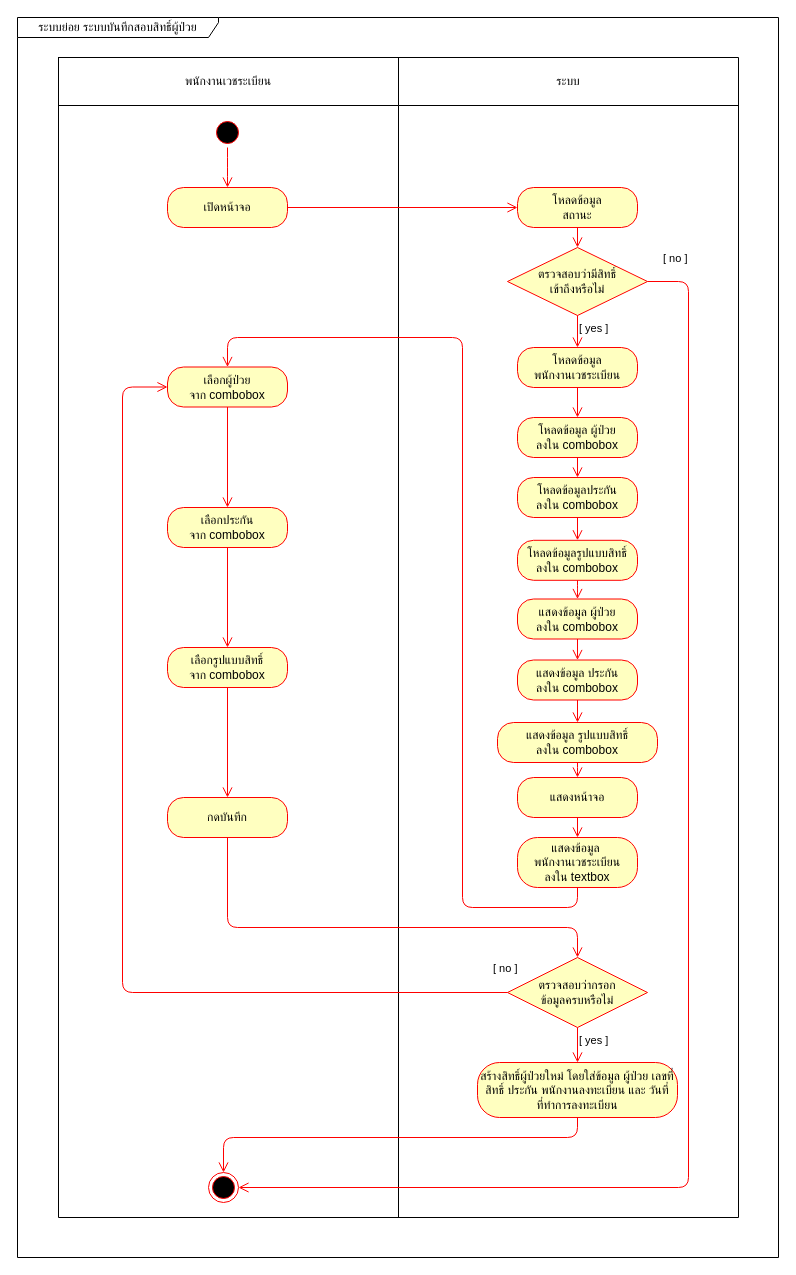
Before: page "System Activity Diagram" (3 of 3) of draw_io/b6103866.drawio in sut63/team10, a draw.io diagram. Source tidied: cells renumbered, new cells numbered last; positions are measured from the earlier drawing's top-left corner, leaving out a move shared by most shapes. Both pictures are drawn from the tidied source at 100%, with x=0, y=0 at pixel (17, 17).
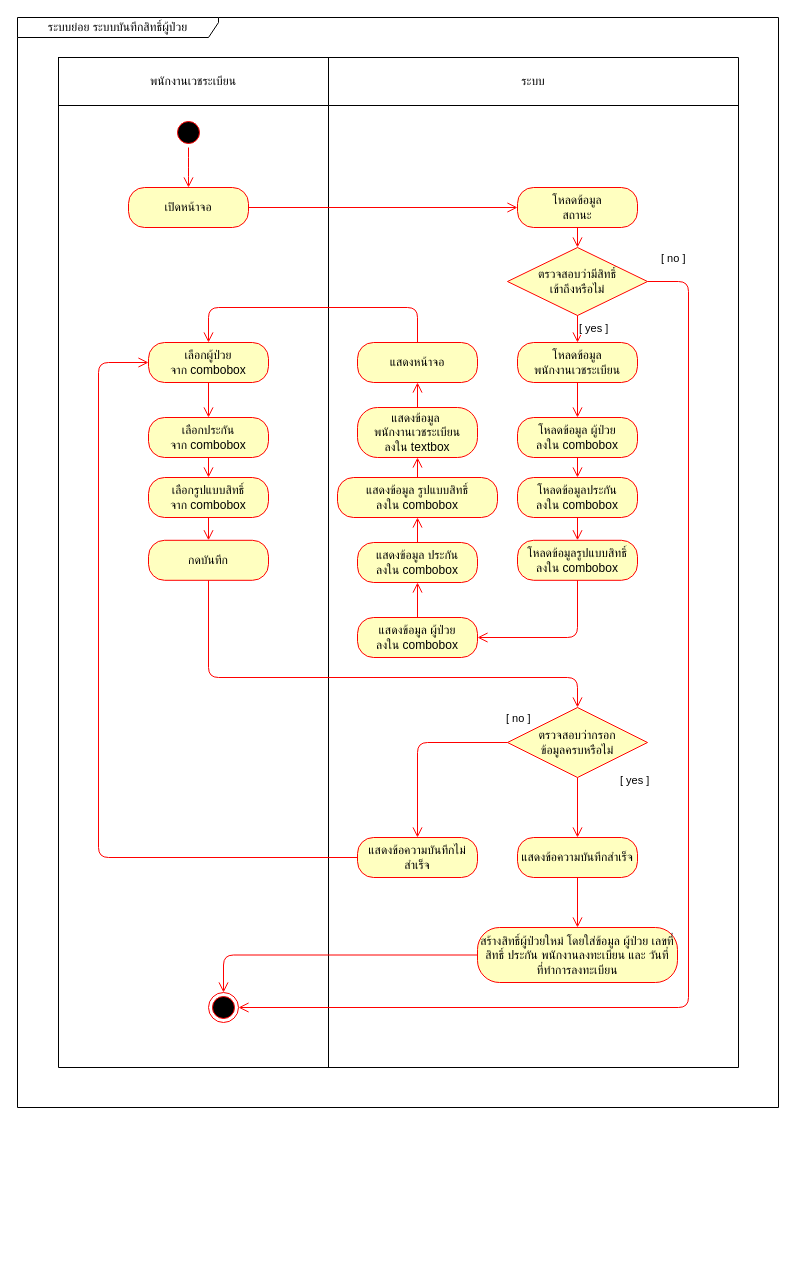
The same diagram, later.

Unchanged cells that the change refers to:
```xml
<mxCell id="4" style="shape=partialRectangle;html=1;whiteSpace=wrap;fillColor=none;top=0;left=0;bottom=0;right=0;" parent="3" vertex="1">
  <mxGeometry width="680" height="48" as="geometry" />
</mxCell>
<mxCell id="30" value="โหลดข้อมูลรูปแบบสิทธิ์&lt;br&gt;ลงใน combobox" style="rounded=1;whiteSpace=wrap;html=1;arcSize=40;fontColor=#000000;fillColor=#ffffc0;strokeColor=#ff0000;" parent="1" vertex="1">
  <mxGeometry x="500" y="522.8" width="120" height="40" as="geometry" />
</mxCell>
<mxCell id="42" value="ตรวจสอบว่ามีสิทธิ์&lt;br&gt;เข้าถึงหรือไม่" style="rhombus;whiteSpace=wrap;html=1;fillColor=#ffffc0;strokeColor=#ff0000;" parent="1" vertex="1">
  <mxGeometry x="490" y="230" width="140" height="68" as="geometry" />
</mxCell>
```

Diff of the diagram source:
```diff
@@
-    <mxCell id="2" value="ระบบย่อย ระบบบันทึกสอบสิทธิ์ผู้ป่วย" style="shape=umlFrame;whiteSpace=wrap;html=1;width=201;height=20;" parent="1" vertex="1">
-      <mxGeometry width="761" height="1240" as="geometry" />
+    <mxCell id="2" value="ระบบย่อย ระบบบันทึกสิทธิ์ผู้ป่วย" style="shape=umlFrame;whiteSpace=wrap;html=1;width=201;height=20;" parent="1" vertex="1">
+      <mxGeometry width="761" height="1090" as="geometry" />
     </mxCell>
     <mxCell id="3" style="shape=table;html=1;whiteSpace=wrap;startSize=0;childLayout=tableLayout;" parent="1" vertex="1">
-      <mxGeometry x="41" y="40" width="680" height="1160" as="geometry" />
+      <mxGeometry x="41" y="40" width="680" height="1010" as="geometry" />
     </mxCell>
@@
     <mxCell id="5" value="&lt;span style=&quot;font-family: &amp;#34;th sarabunpsk&amp;#34; , sans-serif&quot;&gt;พนักงานเวชระเบียน&lt;/span&gt;" style="shape=partialRectangle;html=1;whiteSpace=wrap;overflow=hidden;fillColor=none;top=0;left=0;bottom=0;right=0;" parent="4" vertex="1">
-      <mxGeometry width="340" height="48" as="geometry" />
+      <mxGeometry width="270" height="48" as="geometry" />
     </mxCell>
     <mxCell id="6" value="ระบบ" style="shape=partialRectangle;html=1;whiteSpace=wrap;overflow=hidden;fillColor=none;top=0;left=0;bottom=0;right=0;" parent="4" vertex="1">
-      <mxGeometry x="340" width="340" height="48" as="geometry" />
+      <mxGeometry x="270" width="410" height="48" as="geometry" />
     </mxCell>
     <mxCell id="7" style="shape=partialRectangle;html=1;whiteSpace=wrap;fillColor=none;top=0;left=0;bottom=0;right=0;" parent="3" vertex="1">
-      <mxGeometry y="48" width="680" height="1112" as="geometry" />
+      <mxGeometry y="48" width="680" height="962" as="geometry" />
     </mxCell>
     <mxCell id="8" style="shape=partialRectangle;html=1;whiteSpace=wrap;overflow=hidden;fillColor=none;top=0;left=0;bottom=0;right=0;" parent="7" vertex="1">
-      <mxGeometry width="340" height="1112" as="geometry" />
+      <mxGeometry width="270" height="962" as="geometry" />
     </mxCell>
     <mxCell id="9" style="shape=partialRectangle;html=1;whiteSpace=wrap;overflow=hidden;fillColor=none;top=0;left=0;bottom=0;right=0;" parent="7" vertex="1">
-      <mxGeometry x="340" width="340" height="1112" as="geometry" />
+      <mxGeometry x="270" width="410" height="962" as="geometry" />
     </mxCell>
     <mxCell id="10" value="เปิดหน้าจอ" style="rounded=1;whiteSpace=wrap;html=1;arcSize=40;fontColor=#000000;fillColor=#ffffc0;strokeColor=#ff0000;" parent="1" vertex="1">
-      <mxGeometry x="150" y="170" width="120" height="40" as="geometry" />
+      <mxGeometry x="111" y="170" width="120" height="40" as="geometry" />
     </mxCell>
@@
     <mxCell id="16" value="แสดงหน้าจอ" style="rounded=1;whiteSpace=wrap;html=1;arcSize=40;fontColor=#000000;fillColor=#ffffc0;strokeColor=#ff0000;" parent="1" vertex="1">
-      <mxGeometry x="500" y="760" width="120" height="40" as="geometry" />
+      <mxGeometry x="340" y="325" width="120" height="40" as="geometry" />
     </mxCell>
     <mxCell id="17" style="ellipse;html=1;shape=endState;fillColor=#000000;strokeColor=#ff0000;" parent="1" vertex="1">
-      <mxGeometry x="191" y="1155" width="30" height="30" as="geometry" />
+      <mxGeometry x="191" y="975" width="30" height="30" as="geometry" />
     </mxCell>
     <mxCell id="18" style="ellipse;html=1;shape=startState;fillColor=#000000;strokeColor=#ff0000;" parent="1" vertex="1">
-      <mxGeometry x="195" y="100" width="30" height="30" as="geometry" />
+      <mxGeometry x="156" y="100" width="30" height="30" as="geometry" />
     </mxCell>
     <mxCell id="19" style="edgeStyle=orthogonalEdgeStyle;html=1;verticalAlign=bottom;endArrow=open;endSize=8;strokeColor=#ff0000;" parent="1" edge="1" source="18">
       <mxGeometry relative="1" as="geometry">
-        <mxPoint x="210" y="170" as="targetPoint" />
+        <mxPoint x="171" y="170" as="targetPoint" />
       </mxGeometry>
     </mxCell>
     <mxCell id="20" value="กดบันทึก" style="rounded=1;whiteSpace=wrap;html=1;arcSize=40;fontColor=#000000;fillColor=#ffffc0;strokeColor=#ff0000;" parent="1" vertex="1">
-      <mxGeometry x="150" y="780" width="120" height="40" as="geometry" />
+      <mxGeometry x="131" y="522.8" width="120" height="40" as="geometry" />
     </mxCell>
@@
     <mxCell id="22" value="เลือกผู้ป่วย&lt;br&gt;จาก combobox" style="rounded=1;whiteSpace=wrap;html=1;arcSize=40;fontColor=#000000;fillColor=#ffffc0;strokeColor=#ff0000;" parent="1" vertex="1">
-      <mxGeometry x="150" y="349.5" width="120" height="40" as="geometry" />
+      <mxGeometry x="131" y="325" width="120" height="40" as="geometry" />
     </mxCell>
@@
     <mxCell id="24" value="เลือกรูปแบบสิทธิ์&lt;br&gt;จาก combobox" style="rounded=1;whiteSpace=wrap;html=1;arcSize=40;fontColor=#000000;fillColor=#ffffc0;strokeColor=#ff0000;" parent="1" vertex="1">
-      <mxGeometry x="150" y="630" width="120" height="40" as="geometry" />
+      <mxGeometry x="131" y="460" width="120" height="40" as="geometry" />
     </mxCell>
@@
     <mxCell id="26" value="&lt;span&gt;เลือกประกัน&lt;/span&gt;&lt;br&gt;&lt;span&gt;จาก combobox&lt;/span&gt;" style="rounded=1;whiteSpace=wrap;html=1;arcSize=40;fontColor=#000000;fillColor=#ffffc0;strokeColor=#ff0000;" parent="1" vertex="1">
-      <mxGeometry x="150" y="490" width="120" height="40" as="geometry" />
+      <mxGeometry x="131" y="400" width="120" height="40" as="geometry" />
     </mxCell>
     <mxCell id="27" style="edgeStyle=orthogonalEdgeStyle;html=1;verticalAlign=bottom;endArrow=open;endSize=8;strokeColor=#ff0000;entryX=0.5;entryY=0;entryDx=0;entryDy=0;exitX=0.5;exitY=1;exitDx=0;exitDy=0;" parent="1" edge="1" source="20" target="39">
       <mxGeometry relative="1" as="geometry">
         <Array as="points">
-          <mxPoint x="210" y="910" />
-          <mxPoint x="560" y="910" />
+          <mxPoint x="191" y="660" />
+          <mxPoint x="560" y="660" />
         </Array>
       </mxGeometry>
     </mxCell>
-    <mxCell id="28" style="edgeStyle=orthogonalEdgeStyle;html=1;verticalAlign=bottom;endArrow=open;endSize=8;strokeColor=#ff0000;entryX=0.5;entryY=0;entryDx=0;entryDy=0;exitX=0.5;exitY=1;exitDx=0;exitDy=0;" parent="1" edge="1" source="38" target="17">
+    <mxCell id="28" style="edgeStyle=orthogonalEdgeStyle;html=1;verticalAlign=bottom;endArrow=open;endSize=8;strokeColor=#ff0000;entryX=0.5;entryY=0;entryDx=0;entryDy=0;exitX=0;exitY=0.5;exitDx=0;exitDy=0;" parent="1" edge="1" source="38" target="17">
       <mxGeometry relative="1" as="geometry">
         <Array as="points">
-          <mxPoint x="560" y="1120" />
-          <mxPoint x="206" y="1120" />
+          <mxPoint x="206" y="938" />
         </Array>
       </mxGeometry>
     </mxCell>
-    <mxCell id="29" style="edgeStyle=orthogonalEdgeStyle;html=1;verticalAlign=bottom;endArrow=open;endSize=8;strokeColor=#ff0000;exitX=0.5;exitY=1;exitDx=0;exitDy=0;entryX=0.5;entryY=0;entryDx=0;entryDy=0;" parent="1" edge="1" source="49" target="22">
+    <mxCell id="29" style="edgeStyle=orthogonalEdgeStyle;html=1;verticalAlign=bottom;endArrow=open;endSize=8;strokeColor=#ff0000;exitX=0.5;exitY=0;exitDx=0;exitDy=0;entryX=0.5;entryY=1;entryDx=0;entryDy=0;" parent="1" edge="1" source="49" target="16">
       <mxGeometry relative="1" as="geometry">
         <Array as="points">
-          <mxPoint x="560" y="890" />
-          <mxPoint x="445" y="890" />
-          <mxPoint x="445" y="320" />
-          <mxPoint x="210" y="320" />
+          <mxPoint x="400" y="365" />
         </Array>
       </mxGeometry>
     </mxCell>
@@
-    <mxCell id="31" style="edgeStyle=orthogonalEdgeStyle;html=1;verticalAlign=bottom;endArrow=open;endSize=8;strokeColor=#ff0000;" parent="1" edge="1" source="30" target="32">
-      <mxGeometry relative="1" as="geometry" />
+    <mxCell id="31" style="edgeStyle=orthogonalEdgeStyle;html=1;verticalAlign=bottom;endArrow=open;endSize=8;strokeColor=#ff0000;entryX=1;entryY=0.5;entryDx=0;entryDy=0;" parent="1" edge="1" source="30" target="32">
+      <mxGeometry relative="1" as="geometry">
+        <Array as="points">
+          <mxPoint x="560" y="620" />
+        </Array>
+      </mxGeometry>
     </mxCell>
     <mxCell id="32" value="แสดงข้อมูล ผู้ป่วย&lt;br&gt;ลงใน combobox" style="rounded=1;whiteSpace=wrap;html=1;arcSize=40;fontColor=#000000;fillColor=#ffffc0;strokeColor=#ff0000;" parent="1" vertex="1">
-      <mxGeometry x="500" y="581.5" width="120" height="40" as="geometry" />
+      <mxGeometry x="340" y="600" width="120" height="40" as="geometry" />
     </mxCell>
-    <mxCell id="33" style="edgeStyle=orthogonalEdgeStyle;html=1;verticalAlign=bottom;endArrow=open;endSize=8;strokeColor=#ff0000;entryX=0.5;entryY=0;entryDx=0;entryDy=0;" parent="1" edge="1" source="32" target="34">
+    <mxCell id="33" style="edgeStyle=orthogonalEdgeStyle;html=1;verticalAlign=bottom;endArrow=open;endSize=8;strokeColor=#ff0000;entryX=0.5;entryY=1;entryDx=0;entryDy=0;" parent="1" edge="1" source="32" target="34">
       <mxGeometry relative="1" as="geometry" />
     </mxCell>
     <mxCell id="34" value="แสดงข้อมูล ประกัน&lt;br&gt;ลงใน combobox" style="rounded=1;whiteSpace=wrap;html=1;arcSize=40;fontColor=#000000;fillColor=#ffffc0;strokeColor=#ff0000;" parent="1" vertex="1">
-      <mxGeometry x="500" y="642.5" width="120" height="40" as="geometry" />
+      <mxGeometry x="340" y="525" width="120" height="40" as="geometry" />
     </mxCell>
-    <mxCell id="35" style="edgeStyle=orthogonalEdgeStyle;html=1;verticalAlign=bottom;endArrow=open;endSize=8;strokeColor=#ff0000;entryX=0.5;entryY=0;entryDx=0;entryDy=0;" parent="1" edge="1" source="34" target="36">
+    <mxCell id="35" style="edgeStyle=orthogonalEdgeStyle;html=1;verticalAlign=bottom;endArrow=open;endSize=8;strokeColor=#ff0000;entryX=0.5;entryY=1;entryDx=0;entryDy=0;" parent="1" edge="1" source="34" target="36">
       <mxGeometry relative="1" as="geometry" />
     </mxCell>
     <mxCell id="36" value="แสดงข้อมูล รูปแบบสิทธิ์ &lt;br&gt;ลงใน combobox" style="rounded=1;whiteSpace=wrap;html=1;arcSize=40;fontColor=#000000;fillColor=#ffffc0;strokeColor=#ff0000;" parent="1" vertex="1">
-      <mxGeometry x="480" y="705" width="160" height="40" as="geometry" />
+      <mxGeometry x="320" y="460" width="160" height="40" as="geometry" />
     </mxCell>
-    <mxCell id="37" style="edgeStyle=orthogonalEdgeStyle;html=1;verticalAlign=bottom;endArrow=open;endSize=8;strokeColor=#ff0000;entryX=0.5;entryY=0;entryDx=0;entryDy=0;" parent="1" edge="1" source="36" target="16">
+    <mxCell id="37" style="edgeStyle=orthogonalEdgeStyle;html=1;verticalAlign=bottom;endArrow=open;endSize=8;strokeColor=#ff0000;entryX=0.5;entryY=1;entryDx=0;entryDy=0;" parent="1" edge="1" source="36" target="49">
       <mxGeometry relative="1" as="geometry" />
     </mxCell>
     <mxCell id="38" value="สร้างสิทธิ์ผู้ป่วยใหม่ โดยใส่ข้อมูล ผู้ป่วย เลขที่สิทธิ์ ประกัน พนักงานลงทะเบียน และ วันที่ที่ทำการลงทะเบียน" style="rounded=1;whiteSpace=wrap;html=1;arcSize=40;fontColor=#000000;fillColor=#ffffc0;strokeColor=#ff0000;" parent="1" vertex="1">
-      <mxGeometry x="460" y="1045" width="200" height="55" as="geometry" />
+      <mxGeometry x="460" y="910" width="200" height="55" as="geometry" />
     </mxCell>
     <mxCell id="39" value="ตรวจสอบว่ากรอก&lt;br&gt;ข้อมูลครบหรือไม่" style="rhombus;whiteSpace=wrap;html=1;fillColor=#ffffc0;strokeColor=#ff0000;" parent="1" vertex="1">
-      <mxGeometry x="490" y="940" width="140" height="70" as="geometry" />
+      <mxGeometry x="490" y="690" width="140" height="70" as="geometry" />
     </mxCell>
-    <mxCell id="40" value="[ no ]" style="edgeStyle=orthogonalEdgeStyle;html=1;align=left;verticalAlign=bottom;endArrow=open;endSize=8;strokeColor=#ff0000;entryX=0;entryY=0.5;entryDx=0;entryDy=0;exitX=0;exitY=0.5;exitDx=0;exitDy=0;" parent="1" edge="1" source="39" target="22">
+    <mxCell id="40" style="edgeStyle=orthogonalEdgeStyle;html=1;align=left;verticalAlign=bottom;endArrow=open;endSize=8;strokeColor=#ff0000;entryX=0;entryY=0.5;entryDx=0;entryDy=0;exitX=0;exitY=0.5;exitDx=0;exitDy=0;" parent="1" edge="1" source="53" target="22">
       <mxGeometry x="-0.97" y="-15" relative="1" as="geometry">
         <Array as="points">
-          <mxPoint x="105" y="975" />
-          <mxPoint x="105" y="370" />
+          <mxPoint x="81" y="840" />
+          <mxPoint x="81" y="345" />
         </Array>
       </mxGeometry>
     </mxCell>
-    <mxCell id="41" value="[ yes ]" style="edgeStyle=orthogonalEdgeStyle;html=1;align=left;verticalAlign=top;endArrow=open;endSize=8;strokeColor=#ff0000;" parent="1" edge="1" source="39" target="38">
-      <mxGeometry x="-1" relative="1" as="geometry" />
+    <mxCell id="41" style="edgeStyle=orthogonalEdgeStyle;html=1;align=left;verticalAlign=top;endArrow=open;endSize=8;strokeColor=#ff0000;" parent="1" edge="1" source="51" target="38">
+      <mxGeometry x="-1" y="42" relative="1" as="geometry">
+        <mxPoint x="-1" y="-10" as="offset" />
+      </mxGeometry>
     </mxCell>
@@
     <mxCell id="44" value="[ no ]" style="edgeStyle=orthogonalEdgeStyle;html=1;align=left;verticalAlign=bottom;endArrow=open;endSize=8;strokeColor=#ff0000;entryX=1;entryY=0.5;entryDx=0;entryDy=0;exitX=1;exitY=0.5;exitDx=0;exitDy=0;" parent="1" edge="1" source="42" target="17">
       <mxGeometry x="-0.98" y="14" relative="1" as="geometry">
         <Array as="points">
           <mxPoint x="671" y="264" />
-          <mxPoint x="671" y="1170" />
+          <mxPoint x="671" y="990" />
         </Array>
       </mxGeometry>
     </mxCell>
@@
     <mxCell id="47" value="โหลดข้อมูล&lt;br&gt;&lt;span&gt;พนักงานเวชระเบียน&lt;/span&gt;" style="rounded=1;whiteSpace=wrap;html=1;arcSize=40;fontColor=#000000;fillColor=#ffffc0;strokeColor=#ff0000;" parent="1" vertex="1">
-      <mxGeometry x="500" y="330" width="120" height="40" as="geometry" />
+      <mxGeometry x="500" y="325" width="120" height="40" as="geometry" />
     </mxCell>
@@
     <mxCell id="49" value="แสดงข้อมูล&amp;nbsp;&lt;br&gt;พนักงานเวชระเบียน&lt;br&gt;ลงใน textbox" style="rounded=1;whiteSpace=wrap;html=1;arcSize=40;fontColor=#000000;fillColor=#ffffc0;strokeColor=#ff0000;" parent="1" vertex="1">
-      <mxGeometry x="500" y="820" width="120" height="50" as="geometry" />
+      <mxGeometry x="340" y="390" width="120" height="50" as="geometry" />
     </mxCell>
-    <mxCell id="50" style="edgeStyle=orthogonalEdgeStyle;html=1;verticalAlign=bottom;endArrow=open;endSize=8;strokeColor=#ff0000;exitX=0.5;exitY=1;exitDx=0;exitDy=0;" parent="1" edge="1" source="16" target="49">
-      <mxGeometry relative="1" as="geometry" />
+    <mxCell id="50" style="edgeStyle=orthogonalEdgeStyle;html=1;verticalAlign=bottom;endArrow=open;endSize=8;strokeColor=#ff0000;exitX=0.5;exitY=0;exitDx=0;exitDy=0;entryX=0.5;entryY=0;entryDx=0;entryDy=0;" parent="1" edge="1" source="16" target="22">
+      <mxGeometry relative="1" as="geometry">
+        <Array as="points">
+          <mxPoint x="400" y="290" />
+          <mxPoint x="191" y="290" />
+        </Array>
+      </mxGeometry>
     </mxCell>
+    <mxCell id="51" value="&lt;span&gt;แสดงข้อความบันทึกสำเร็จ&lt;/span&gt;" style="rounded=1;whiteSpace=wrap;html=1;arcSize=40;fontColor=#000000;fillColor=#ffffc0;strokeColor=#ff0000;" parent="1" vertex="1">
+      <mxGeometry x="500" y="820" width="120" height="40" as="geometry" />
+    </mxCell>
+    <mxCell id="52" value="[ yes ]" style="edgeStyle=orthogonalEdgeStyle;html=1;align=left;verticalAlign=top;endArrow=open;endSize=8;strokeColor=#ff0000;" parent="1" edge="1" source="39" target="51">
+      <mxGeometry x="-1" y="42" relative="1" as="geometry">
+        <mxPoint x="-1" y="-10" as="offset" />
+      </mxGeometry>
+    </mxCell>
+    <mxCell id="53" value="แสดงข้อความบันทึกไม่สำเร็จ" style="rounded=1;whiteSpace=wrap;html=1;arcSize=40;fontColor=#000000;fillColor=#ffffc0;strokeColor=#ff0000;" parent="1" vertex="1">
+      <mxGeometry x="340" y="820" width="120" height="40" as="geometry" />
+    </mxCell>
+    <mxCell id="54" value="[ no ]" style="edgeStyle=orthogonalEdgeStyle;html=1;align=left;verticalAlign=bottom;endArrow=open;endSize=8;strokeColor=#ff0000;entryX=0.5;entryY=0;entryDx=0;entryDy=0;exitX=0;exitY=0.5;exitDx=0;exitDy=0;" parent="1" edge="1" source="39" target="53">
+      <mxGeometry x="-0.97" y="-15" relative="1" as="geometry">
+        <Array as="points">
+          <mxPoint x="400" y="725" />
+        </Array>
+      </mxGeometry>
+    </mxCell>
```
